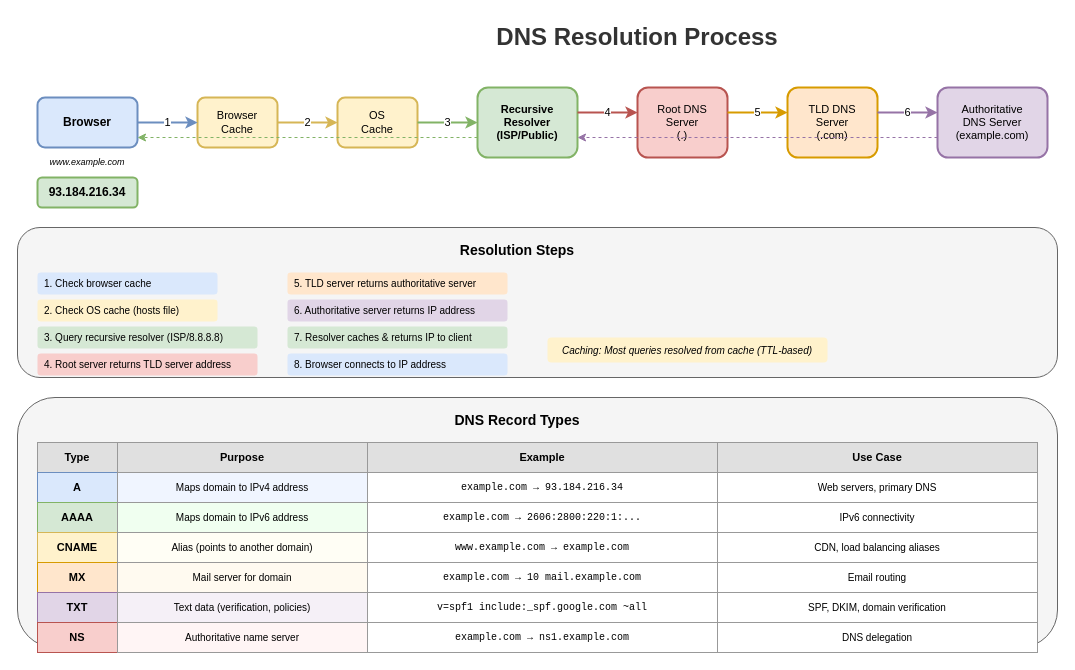
Before: lesson-07-networking/diagrams/1.3-dns-resolution.drawio in MrParkerZ7/document-lesson-software-architect-x-claude, a draw.io diagram. Source tidied: cells renumbered, new cells numbered last; positions are measured from the earlier drawing's top-left corner, leaving out a move shared by most shapes. Both pictures are drawn from the tidied source at 100%, with x=0, y=0 at pixel (17, 17).
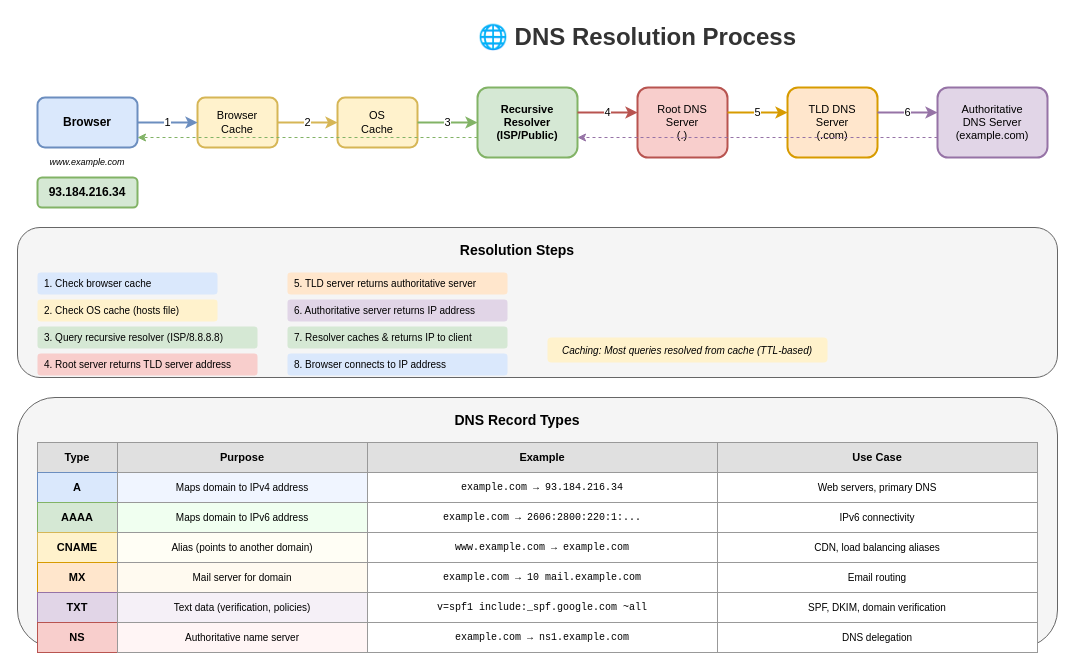
The same page after the edit.

Change to the diagram source:
```diff
@@
-    <mxCell id="2" value="DNS Resolution Process" style="text;html=1;strokeColor=none;fillColor=none;align=center;verticalAlign=middle;whiteSpace=wrap;rounded=0;fontSize=24;fontStyle=1;fontColor=#333333;" parent="1" vertex="1">
+    <mxCell id="2" value="🌐 DNS Resolution Process" style="text;html=1;strokeColor=none;fillColor=none;align=center;verticalAlign=middle;whiteSpace=wrap;rounded=0;fontSize=24;fontStyle=1;fontColor=#333333;" parent="1" vertex="1">
       <mxGeometry x="370" width="500" height="40" as="geometry" />
     </mxCell>
```
